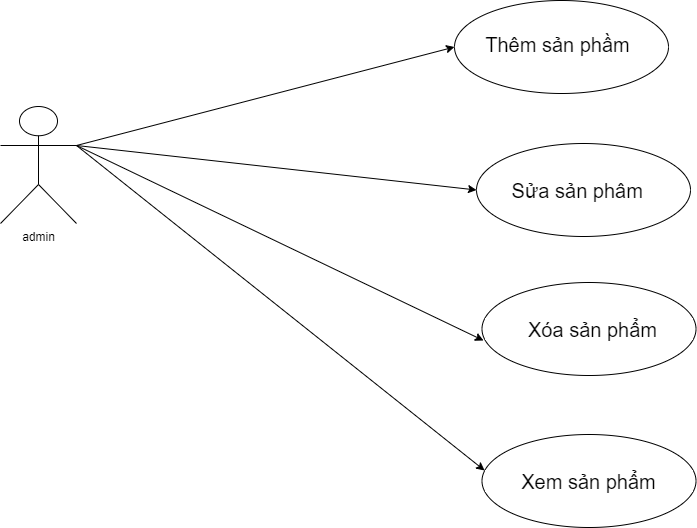
Earlier version of the draw.io export .drawio1.png (dungvu242k3/JAVA). Source tidied: cells renumbered, new cells last; positions are measured from the earlier drawing's top-left corner, leaving out a move shared by most shapes. Source of this version:
```xml
<mxGraphModel>
  <root>
    <mxCell id="0" />
    <mxCell id="1" parent="0" />
    <mxCell id="2" value="admin" style="shape=umlActor;verticalLabelPosition=bottom;verticalAlign=top;html=1;outlineConnect=0;" parent="1" vertex="1">
      <mxGeometry y="106" width="76" height="117" as="geometry" />
    </mxCell>
    <mxCell id="3" style="endArrow=classic;html=1;rounded=0;exitX=1;exitY=0.3333333333333333;exitDx=0;exitDy=0;exitPerimeter=0;entryX=0;entryY=0.5;entryDx=0;entryDy=0;" parent="1" edge="1" source="2" target="4">
      <mxGeometry relative="1" as="geometry" />
    </mxCell>
    <mxCell id="4" style="ellipse;whiteSpace=wrap;html=1;" parent="1" vertex="1">
      <mxGeometry x="454" width="214" height="93" as="geometry" />
    </mxCell>
    <mxCell id="5" style="endArrow=classic;html=1;rounded=0;entryX=0;entryY=0.5;entryDx=0;entryDy=0;exitX=1;exitY=0.3333333333333333;exitDx=0;exitDy=0;exitPerimeter=0;" parent="1" edge="1" source="2" target="9">
      <mxGeometry relative="1" as="geometry" />
    </mxCell>
    <mxCell id="6" style="endArrow=classic;html=1;rounded=0;exitX=1;exitY=0.3333333333333333;exitDx=0;exitDy=0;exitPerimeter=0;entryX=0.007;entryY=0.624;entryDx=0;entryDy=0;entryPerimeter=0;" parent="1" edge="1" source="2" target="10">
      <mxGeometry relative="1" as="geometry" />
    </mxCell>
    <mxCell id="7" style="endArrow=classic;html=1;rounded=0;entryX=0.012;entryY=0.387;entryDx=0;entryDy=0;entryPerimeter=0;exitX=1;exitY=0.3333333333333333;exitDx=0;exitDy=0;exitPerimeter=0;" parent="1" edge="1" source="2" target="11">
      <mxGeometry relative="1" as="geometry" />
    </mxCell>
    <mxCell id="8" value="&lt;font style=&quot;font-size: 20px;&quot;&gt;Thêm sản phầm&lt;/font&gt;" style="text;html=1;align=center;verticalAlign=middle;whiteSpace=wrap;rounded=0;" parent="1" vertex="1">
      <mxGeometry x="462" y="13" width="191" height="61" as="geometry" />
    </mxCell>
    <mxCell id="9" style="ellipse;whiteSpace=wrap;html=1;" parent="1" vertex="1">
      <mxGeometry x="476" y="143" width="214" height="93" as="geometry" />
    </mxCell>
    <mxCell id="10" style="ellipse;whiteSpace=wrap;html=1;" parent="1" vertex="1">
      <mxGeometry x="481.5" y="282" width="214" height="93" as="geometry" />
    </mxCell>
    <mxCell id="11" style="ellipse;whiteSpace=wrap;html=1;" parent="1" vertex="1">
      <mxGeometry x="481.5" y="434" width="214" height="93" as="geometry" />
    </mxCell>
    <mxCell id="12" value="&lt;font style=&quot;font-size: 20px;&quot;&gt;Sửa sản phâm&lt;span style=&quot;white-space: pre;&quot;&gt;&#9;&lt;/span&gt;&lt;/font&gt;" style="text;html=1;align=center;verticalAlign=middle;whiteSpace=wrap;rounded=0;" parent="1" vertex="1">
      <mxGeometry x="504.5" y="159" width="191" height="61" as="geometry" />
    </mxCell>
    <mxCell id="13" value="&lt;font style=&quot;font-size: 20px;&quot;&gt;Xóa sản phẩm&lt;/font&gt;" style="text;html=1;align=center;verticalAlign=middle;whiteSpace=wrap;rounded=0;" parent="1" vertex="1">
      <mxGeometry x="497" y="298" width="191" height="61" as="geometry" />
    </mxCell>
    <mxCell id="14" value="&lt;font style=&quot;font-size: 20px;&quot;&gt;Xem sản phẩm&lt;/font&gt;" style="text;html=1;align=center;verticalAlign=middle;whiteSpace=wrap;rounded=0;" parent="1" vertex="1">
      <mxGeometry x="493" y="450" width="191" height="61" as="geometry" />
    </mxCell>
  </root>
</mxGraphModel>
```
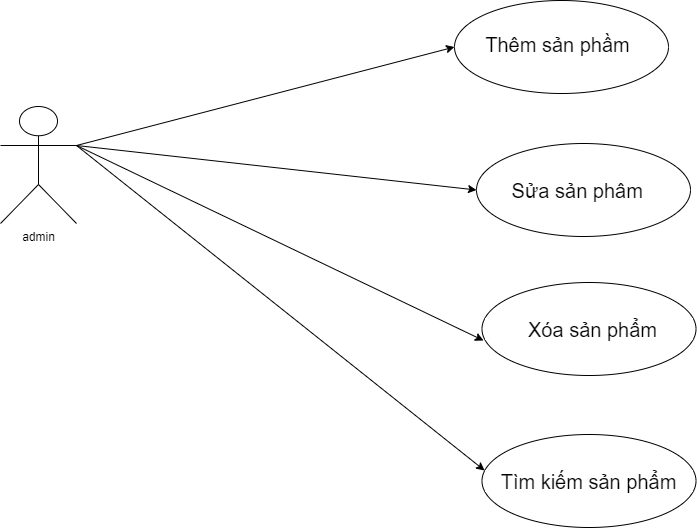
After the change.

Commit message:
Cập nhật .drawio1.png

What changed in the source:
```diff
@@ -38,7 +38,7 @@
     <mxCell id="13" value="&lt;font style=&quot;font-size: 20px;&quot;&gt;Xóa sản phẩm&lt;/font&gt;" style="text;html=1;align=center;verticalAlign=middle;whiteSpace=wrap;rounded=0;" parent="1" vertex="1">
       <mxGeometry x="497" y="298" width="191" height="61" as="geometry" />
     </mxCell>
-    <mxCell id="14" value="&lt;font style=&quot;font-size: 20px;&quot;&gt;Xem sản phẩm&lt;/font&gt;" style="text;html=1;align=center;verticalAlign=middle;whiteSpace=wrap;rounded=0;" parent="1" vertex="1">
+    <mxCell id="14" value="&lt;font style=&quot;font-size: 20px;&quot;&gt;Tìm kiếm sản phẩm&lt;/font&gt;" style="text;html=1;align=center;verticalAlign=middle;whiteSpace=wrap;rounded=0;" parent="1" vertex="1">
       <mxGeometry x="493" y="450" width="191" height="61" as="geometry" />
     </mxCell>
   </root>
```
